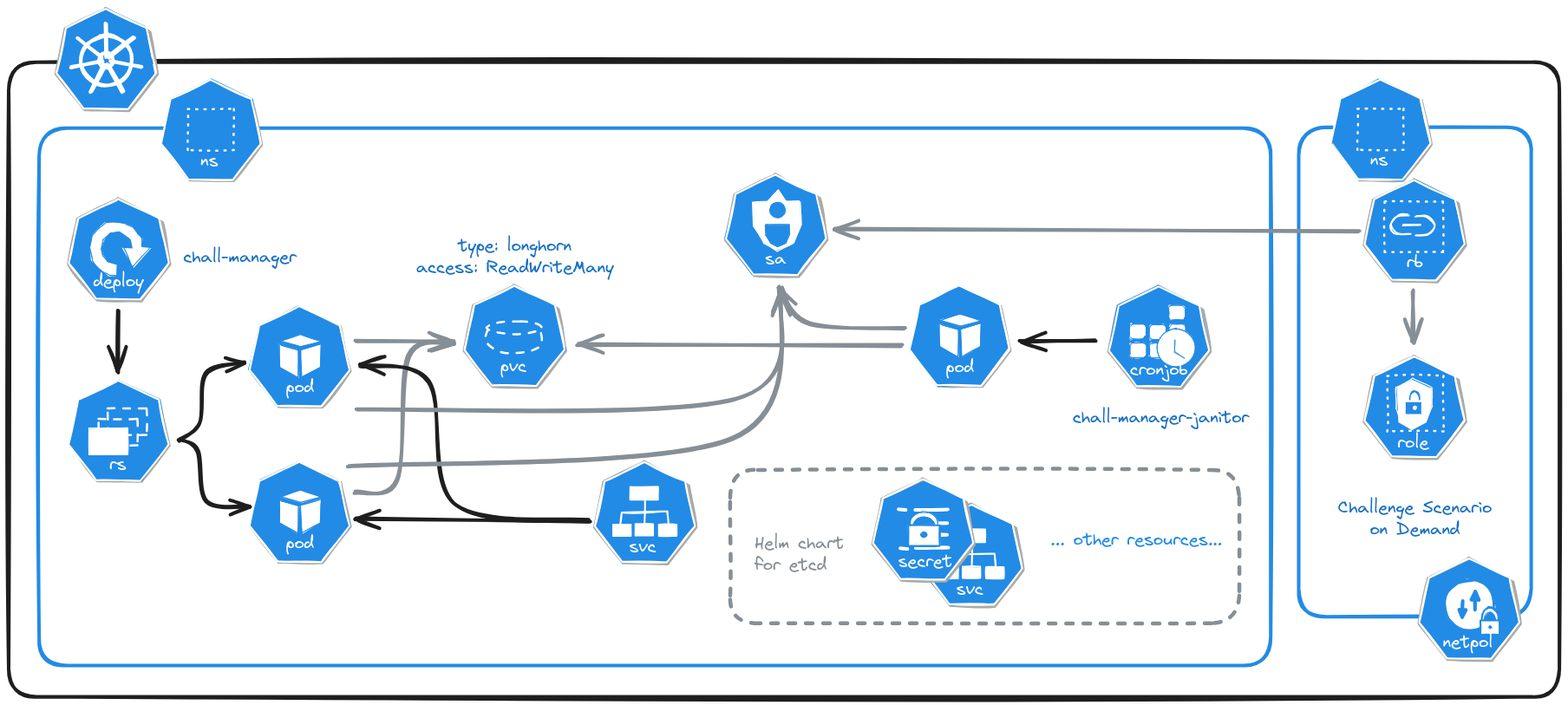
The Excalidraw diagram deploy/infrastructure.excalidraw.png in ctfer-io/chall-manager, before a commit. Source tidied: one line per element, renumbered; positions are measured from the earlier drawing's top-left corner, leaving out a move shared by most shapes.
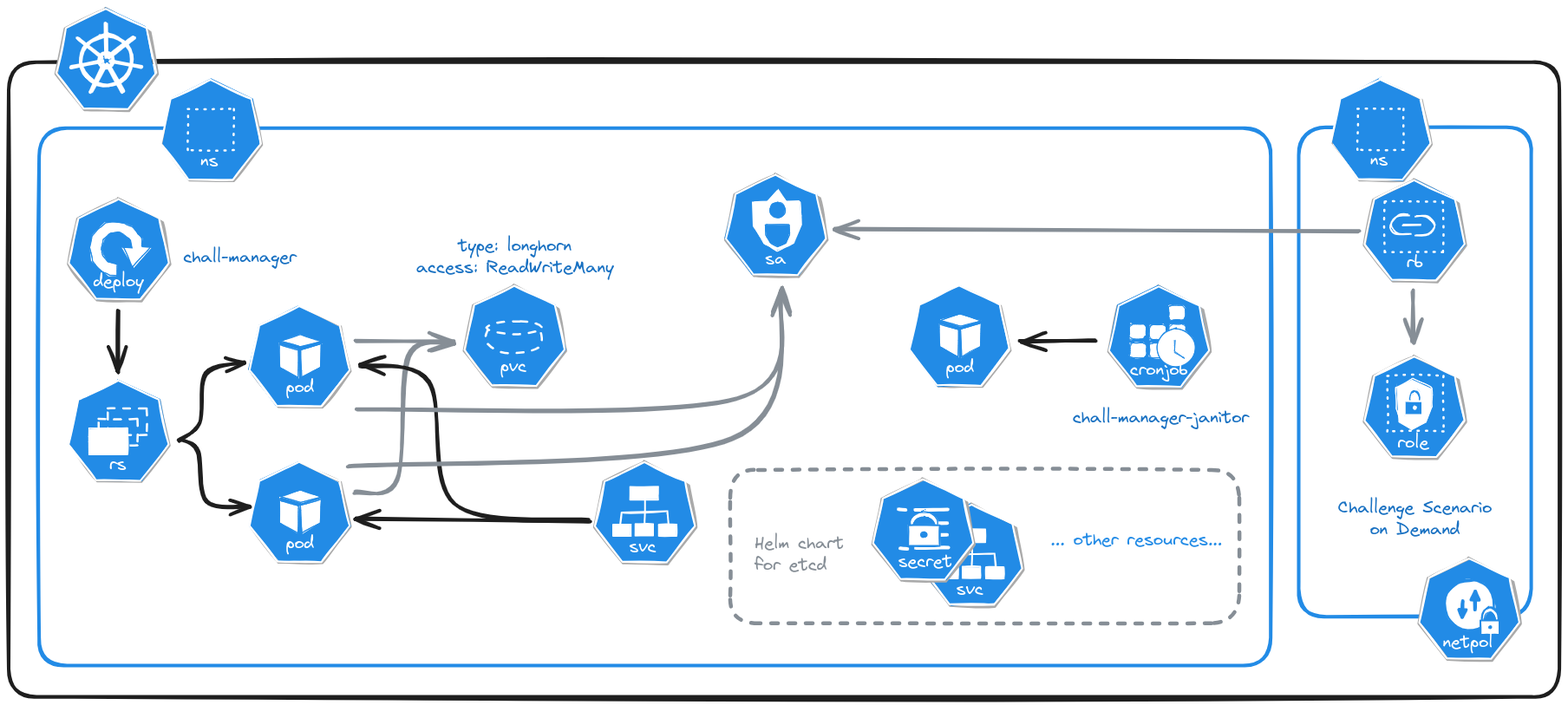
The same file after the commit.

Change to the diagram source:
```diff
@@ -92,8 +92,6 @@
 {"id": 91, "type": "line", "strokeColor": "#fff", "strokeWidth": 4, "roughness": 1, "round": true, "x": 145, "y": 33, "width": 29, "height": 22, "points": [[0, 0], [-29, 22]]}
 {"id": 92, "type": "ellipse", "strokeColor": "#fff", "strokeWidth": 4, "roughness": 1, "round": true, "x": 83, "y": 31, "width": 58, "height": 58}
 {"id": 93, "type": "ellipse", "strokeColor": "#fff", "strokeWidth": 4, "roughness": 1, "round": true, "x": 104, "y": 51, "width": 16, "height": 17}
-{"id": 94, "type": "arrow", "strokeColor": "#868e96", "strokeWidth": 4, "roughness": 1, "endArrowhead": "arrow", "round": true, "x": 1031, "y": 388, "width": 374, "height": 1, "points": [[0, 0], [-374, -1]]}
-{"id": 95, "type": "arrow", "strokeColor": "#868e96", "strokeWidth": 4, "roughness": 1, "endArrowhead": "arrow", "round": true, "x": 1033, "y": 370, "width": 144, "height": 50, "points": [[0, 0], [-109, -7], [-144, -50]]}
 {"id": 96, "type": "arrow", "strokeColor": "#868e96", "strokeWidth": 4, "roughness": 1, "endArrowhead": "arrow", "round": true, "x": 392, "y": 528, "width": 500, "height": 205, "points": [[0, 0], [443, -32], [500, -205]]}
 {"id": 97, "type": "arrow", "strokeColor": "#868e96", "strokeWidth": 4, "roughness": 1, "endArrowhead": "arrow", "round": true, "x": 401, "y": 462, "width": 489, "height": 138, "points": [[0, 0], [438, -12], [489, -138]]}
 {"id": 98, "type": "line", "strokeColor": "#aaa", "strokeWidth": 4, "roughness": 1, "x": 1053, "y": 544, "width": 116, "height": 117, "points": [[0, 0], [-45, 22], [-56, 74], [-23, 115], [28, 116], [60, 74], [52, 26], [1, -1]]}
```
